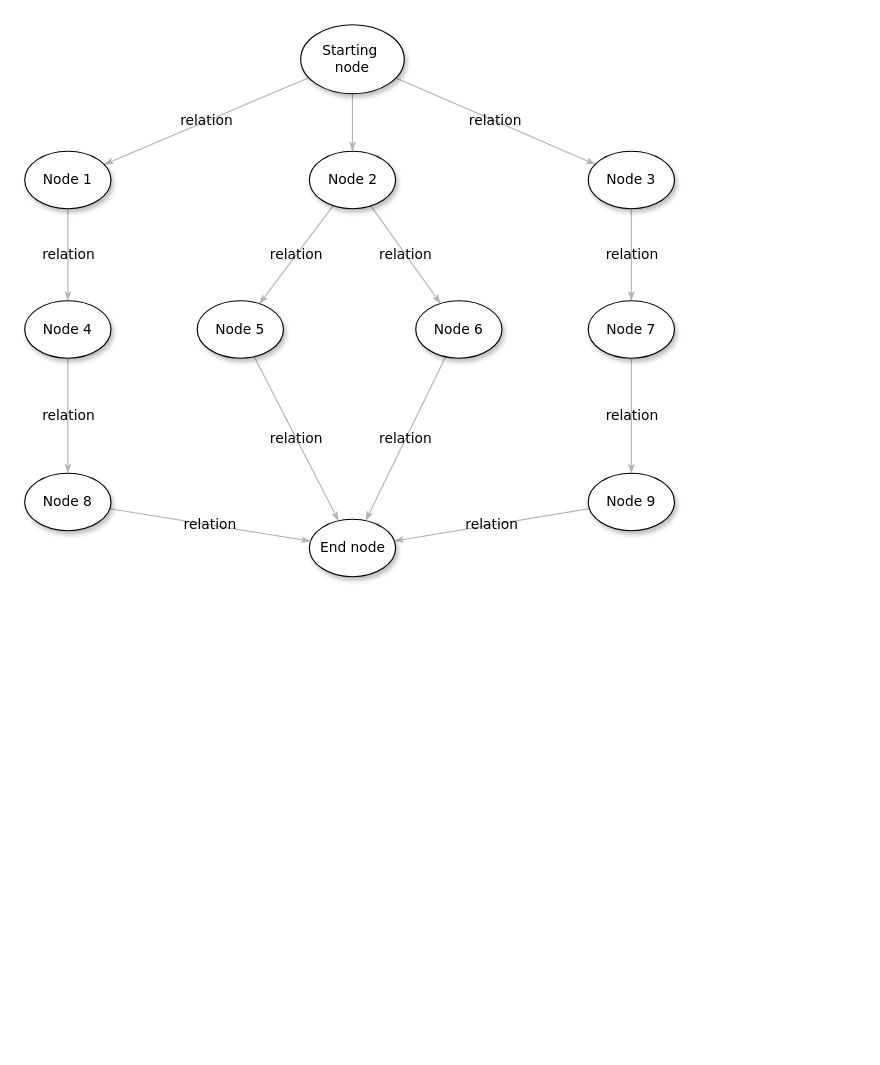
Yangsou/blogNT keeps this draw.io diagram as Untitled Diagram.drawio. Above is the earlier version. Source tidied: cells renumbered, new cells numbered last; positions are measured from the earlier drawing's top-left corner, leaving out a move shared by most shapes. Both pictures are drawn from the tidied source at 115%, with x=0, y=0 at pixel (24, 24).
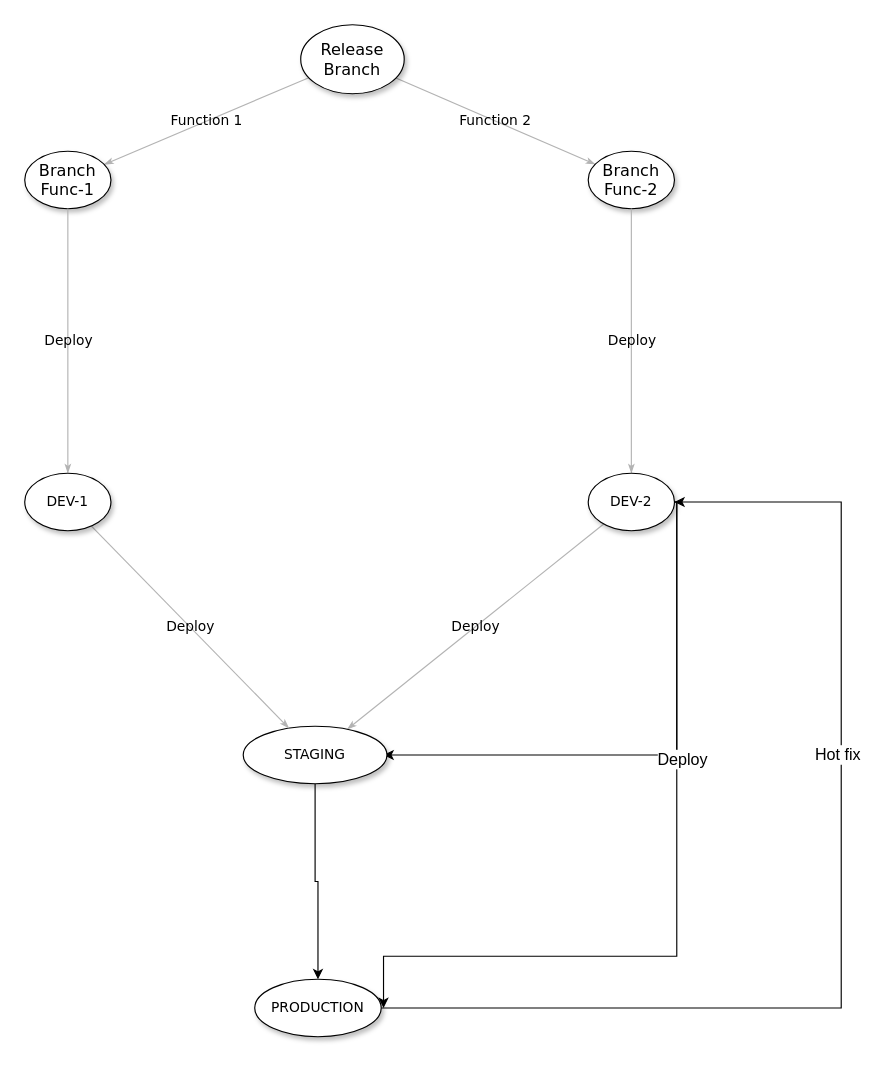
The same page after the edit.

Commit message:
Git-Flow

Diff of the diagram source:
```diff
@@
-    <mxCell id="2" style="edgeStyle=none;rounded=1;html=1;labelBackgroundColor=none;startArrow=none;startFill=0;startSize=5;endArrow=classicThin;endFill=1;endSize=5;jettySize=auto;strokeColor=#B3B3B3;strokeWidth=1;fontFamily=Verdana;fontSize=12;" parent="1" edge="1" source="5" target="8">
-      <mxGeometry relative="1" as="geometry" />
-    </mxCell>
-    <mxCell id="3" value="relation" style="edgeStyle=none;rounded=1;html=1;labelBackgroundColor=none;startArrow=none;startFill=0;startSize=5;endArrow=classicThin;endFill=1;endSize=5;jettySize=auto;strokeColor=#B3B3B3;strokeWidth=1;fontFamily=Verdana;fontSize=12;" parent="1" edge="1" source="5" target="21">
+    <mxCell id="3" value="Function 1" style="edgeStyle=none;rounded=1;html=1;labelBackgroundColor=none;startArrow=none;startFill=0;startSize=5;endArrow=classicThin;endFill=1;endSize=5;jettySize=auto;strokeColor=#B3B3B3;strokeWidth=1;fontFamily=Verdana;fontSize=12;" parent="1" edge="1" source="5" target="21">
       <mxGeometry relative="1" as="geometry" />
     </mxCell>
-    <mxCell id="4" value="relation" style="edgeStyle=none;rounded=1;html=1;labelBackgroundColor=none;startArrow=none;startFill=0;startSize=5;endArrow=classicThin;endFill=1;endSize=5;jettySize=auto;strokeColor=#B3B3B3;strokeWidth=1;fontFamily=Verdana;fontSize=12;" parent="1" edge="1" source="5" target="10">
+    <mxCell id="4" value="Function 2" style="edgeStyle=none;rounded=1;html=1;labelBackgroundColor=none;startArrow=none;startFill=0;startSize=5;endArrow=classicThin;endFill=1;endSize=5;jettySize=auto;strokeColor=#B3B3B3;strokeWidth=1;fontFamily=Verdana;fontSize=12;" parent="1" edge="1" source="5" target="10">
       <mxGeometry relative="1" as="geometry" />
     </mxCell>
-    <mxCell id="5" value="Starting&amp;nbsp;&lt;div&gt;node&lt;/div&gt;" style="ellipse;whiteSpace=wrap;html=1;rounded=0;shadow=1;comic=0;labelBackgroundColor=none;strokeWidth=1;fontFamily=Verdana;fontSize=12;align=center;" parent="1" vertex="1">
+    <mxCell id="5" value="&lt;font style=&quot;font-size: 14px&quot;&gt;Release Branch&lt;/font&gt;" style="ellipse;whiteSpace=wrap;html=1;rounded=0;shadow=1;comic=0;labelBackgroundColor=none;strokeWidth=1;fontFamily=Verdana;fontSize=12;align=center;" parent="1" vertex="1">
       <mxGeometry x="240" width="90" height="60" as="geometry" />
     </mxCell>
-    <mxCell id="6" value="relation" style="edgeStyle=none;rounded=1;html=1;labelBackgroundColor=none;startArrow=none;startFill=0;startSize=5;endArrow=classicThin;endFill=1;endSize=5;jettySize=auto;strokeColor=#B3B3B3;strokeWidth=1;fontFamily=Verdana;fontSize=12;" parent="1" edge="1" source="8" target="18">
-      <mxGeometry relative="1" as="geometry" />
-    </mxCell>
-    <mxCell id="7" value="relation" style="edgeStyle=none;rounded=1;html=1;labelBackgroundColor=none;startArrow=none;startFill=0;startSize=5;endArrow=classicThin;endFill=1;endSize=5;jettySize=auto;strokeColor=#B3B3B3;strokeWidth=1;fontFamily=Verdana;fontSize=12;" parent="1" edge="1" source="8" target="16">
-      <mxGeometry relative="1" as="geometry" />
-    </mxCell>
-    <mxCell id="8" value="&lt;span&gt;Node 2&lt;/span&gt;" style="ellipse;whiteSpace=wrap;html=1;rounded=0;shadow=1;comic=0;labelBackgroundColor=none;strokeWidth=1;fontFamily=Verdana;fontSize=12;align=center;" parent="1" vertex="1">
-      <mxGeometry x="247.5" y="110" width="75" height="50" as="geometry" />
-    </mxCell>
-    <mxCell id="9" value="relation" style="edgeStyle=none;rounded=1;html=1;labelBackgroundColor=none;startArrow=none;startFill=0;startSize=5;endArrow=classicThin;endFill=1;endSize=5;jettySize=auto;strokeColor=#B3B3B3;strokeWidth=1;fontFamily=Verdana;fontSize=12;" parent="1" edge="1" source="10" target="12">
-      <mxGeometry relative="1" as="geometry" />
-    </mxCell>
-    <mxCell id="10" value="&lt;span&gt;Node 3&lt;/span&gt;" style="ellipse;whiteSpace=wrap;html=1;rounded=0;shadow=1;comic=0;labelBackgroundColor=none;strokeWidth=1;fontFamily=Verdana;fontSize=12;align=center;" parent="1" vertex="1">
+    <mxCell id="10" value="&lt;span&gt;&lt;font style=&quot;font-size: 14px&quot;&gt;Branch Func-2&lt;/font&gt;&lt;/span&gt;" style="ellipse;whiteSpace=wrap;html=1;rounded=0;shadow=1;comic=0;labelBackgroundColor=none;strokeWidth=1;fontFamily=Verdana;fontSize=12;align=center;" parent="1" vertex="1">
       <mxGeometry x="490" y="110" width="75" height="50" as="geometry" />
     </mxCell>
-    <mxCell id="11" value="relation" style="edgeStyle=none;rounded=1;html=1;labelBackgroundColor=none;startArrow=none;startFill=0;startSize=5;endArrow=classicThin;endFill=1;endSize=5;jettySize=auto;strokeColor=#B3B3B3;strokeWidth=1;fontFamily=Verdana;fontSize=12;" parent="1" edge="1" source="12" target="14">
+    <mxCell id="11" value="Deploy" style="edgeStyle=none;rounded=1;html=1;labelBackgroundColor=none;startArrow=none;startFill=0;startSize=5;endArrow=classicThin;endFill=1;endSize=5;jettySize=auto;strokeColor=#B3B3B3;strokeWidth=1;fontFamily=Verdana;fontSize=12;exitX=0.5;exitY=1;exitDx=0;exitDy=0;" parent="1" edge="1" source="10" target="14">
       <mxGeometry relative="1" as="geometry" />
     </mxCell>
-    <mxCell id="12" value="&lt;span&gt;Node 7&lt;/span&gt;" style="ellipse;whiteSpace=wrap;html=1;rounded=0;shadow=1;comic=0;labelBackgroundColor=none;strokeWidth=1;fontFamily=Verdana;fontSize=12;align=center;" parent="1" vertex="1">
-      <mxGeometry x="490" y="240" width="75" height="50" as="geometry" />
-    </mxCell>
-    <mxCell id="13" value="relation" style="edgeStyle=none;rounded=1;html=1;labelBackgroundColor=none;startArrow=none;startFill=0;startSize=5;endArrow=classicThin;endFill=1;endSize=5;jettySize=auto;strokeColor=#B3B3B3;strokeWidth=1;fontFamily=Verdana;fontSize=12;" parent="1" edge="1" source="14" target="19">
+    <mxCell id="13" value="Deploy" style="edgeStyle=none;rounded=1;html=1;labelBackgroundColor=none;startArrow=none;startFill=0;startSize=5;endArrow=classicThin;endFill=1;endSize=5;jettySize=auto;strokeColor=#B3B3B3;strokeWidth=1;fontFamily=Verdana;fontSize=12;" parent="1" edge="1" source="14" target="19">
       <mxGeometry relative="1" as="geometry" />
     </mxCell>
+    <mxCell id="26" style="edgeStyle=orthogonalEdgeStyle;rounded=0;orthogonalLoop=1;jettySize=auto;html=1;entryX=1;entryY=0.5;entryDx=0;entryDy=0;" parent="1" edge="1">
+      <mxGeometry relative="1" as="geometry">
+        <mxPoint x="562" y="415" as="sourcePoint" />
+        <mxPoint x="312" y="635" as="targetPoint" />
+        <Array as="points">
+          <mxPoint x="567" y="415" />
+          <mxPoint x="567" y="635" />
+        </Array>
+      </mxGeometry>
+    </mxCell>
+    <mxCell id="27" style="edgeStyle=orthogonalEdgeStyle;rounded=0;orthogonalLoop=1;jettySize=auto;html=1;entryX=1;entryY=0.5;entryDx=0;entryDy=0;" parent="1" edge="1">
+      <mxGeometry relative="1" as="geometry">
+        <mxPoint x="562" y="415" as="sourcePoint" />
+        <mxPoint x="312" y="855" as="targetPoint" />
+        <Array as="points">
+          <mxPoint x="567" y="415" />
+          <mxPoint x="567" y="810" />
+          <mxPoint x="312" y="810" />
+        </Array>
+      </mxGeometry>
+    </mxCell>
+    <mxCell id="28" value="&lt;font style=&quot;font-size: 14px&quot;&gt;Deploy&lt;/font&gt;" style="edgeLabel;html=1;align=center;verticalAlign=middle;" parent="27" vertex="1">
+      <mxGeometry x="-0.35" y="4" relative="1" as="geometry" />
+    </mxCell>
-    <mxCell id="14" value="&lt;span&gt;Node 9&lt;/span&gt;" style="ellipse;whiteSpace=wrap;html=1;rounded=0;shadow=1;comic=0;labelBackgroundColor=none;strokeWidth=1;fontFamily=Verdana;fontSize=12;align=center;" parent="1" vertex="1">
+    <mxCell id="14" value="&lt;span&gt;DEV-2&lt;/span&gt;" style="ellipse;whiteSpace=wrap;html=1;rounded=0;shadow=1;comic=0;labelBackgroundColor=none;strokeWidth=1;fontFamily=Verdana;fontSize=12;align=center;" parent="1" vertex="1">
       <mxGeometry x="490" y="390" width="75" height="50" as="geometry" />
     </mxCell>
-    <mxCell id="15" value="relation" style="edgeStyle=none;rounded=1;html=1;labelBackgroundColor=none;startArrow=none;startFill=0;startSize=5;endArrow=classicThin;endFill=1;endSize=5;jettySize=auto;strokeColor=#B3B3B3;strokeWidth=1;fontFamily=Verdana;fontSize=12;" parent="1" edge="1" source="16" target="19">
-      <mxGeometry relative="1" as="geometry" />
-    </mxCell>
-    <mxCell id="16" value="&lt;span&gt;Node 6&lt;/span&gt;" style="ellipse;whiteSpace=wrap;html=1;rounded=0;shadow=1;comic=0;labelBackgroundColor=none;strokeWidth=1;fontFamily=Verdana;fontSize=12;align=center;" parent="1" vertex="1">
-      <mxGeometry x="340" y="240" width="75" height="50" as="geometry" />
-    </mxCell>
-    <mxCell id="17" value="relation" style="edgeStyle=none;rounded=1;html=1;labelBackgroundColor=none;startArrow=none;startFill=0;startSize=5;endArrow=classicThin;endFill=1;endSize=5;jettySize=auto;strokeColor=#B3B3B3;strokeWidth=1;fontFamily=Verdana;fontSize=12;" parent="1" edge="1" source="18" target="19">
-      <mxGeometry relative="1" as="geometry" />
-    </mxCell>
-    <mxCell id="18" value="&lt;span&gt;Node 5&lt;/span&gt;" style="ellipse;whiteSpace=wrap;html=1;rounded=0;shadow=1;comic=0;labelBackgroundColor=none;strokeWidth=1;fontFamily=Verdana;fontSize=12;align=center;" parent="1" vertex="1">
-      <mxGeometry x="150" y="240" width="75" height="50" as="geometry" />
-    </mxCell>
+    <mxCell id="29" style="edgeStyle=orthogonalEdgeStyle;rounded=0;jettySize=auto;html=1;entryX=0.5;entryY=0;entryDx=0;entryDy=0;" parent="1" edge="1" source="19" target="32">
+      <mxGeometry relative="1" as="geometry">
+        <Array as="points">
+          <mxPoint x="253" y="745" />
+          <mxPoint x="255" y="745" />
+        </Array>
+      </mxGeometry>
+    </mxCell>
-    <mxCell id="19" value="End node" style="ellipse;whiteSpace=wrap;html=1;rounded=0;shadow=1;comic=0;labelBackgroundColor=none;strokeWidth=1;fontFamily=Verdana;fontSize=12;align=center;" parent="1" vertex="1">
-      <mxGeometry x="247.5" y="430" width="75" height="50" as="geometry" />
+    <mxCell id="19" value="STAGING" style="ellipse;whiteSpace=wrap;html=1;rounded=0;shadow=1;comic=0;labelBackgroundColor=none;strokeWidth=1;fontFamily=Verdana;fontSize=12;align=center;" parent="1" vertex="1">
+      <mxGeometry x="190" y="610" width="125" height="50" as="geometry" />
     </mxCell>
-    <mxCell id="20" value="relation" style="edgeStyle=none;rounded=1;html=1;labelBackgroundColor=none;startArrow=none;startFill=0;startSize=5;endArrow=classicThin;endFill=1;endSize=5;jettySize=auto;strokeColor=#B3B3B3;strokeWidth=1;fontFamily=Verdana;fontSize=12;" parent="1" edge="1" source="21" target="23">
-      <mxGeometry relative="1" as="geometry" />
-    </mxCell>
-    <mxCell id="21" value="Node 1" style="ellipse;whiteSpace=wrap;html=1;rounded=0;shadow=1;comic=0;labelBackgroundColor=none;strokeWidth=1;fontFamily=Verdana;fontSize=12;align=center;" parent="1" vertex="1">
+    <mxCell id="21" value="&lt;font style=&quot;font-size: 14px&quot;&gt;Branch Func-1&lt;/font&gt;" style="ellipse;whiteSpace=wrap;html=1;rounded=0;shadow=1;comic=0;labelBackgroundColor=none;strokeWidth=1;fontFamily=Verdana;fontSize=12;align=center;" parent="1" vertex="1">
       <mxGeometry y="110" width="75" height="50" as="geometry" />
     </mxCell>
-    <mxCell id="22" value="relation" style="edgeStyle=none;rounded=1;html=1;labelBackgroundColor=none;startArrow=none;startFill=0;startSize=5;endArrow=classicThin;endFill=1;endSize=5;jettySize=auto;strokeColor=#B3B3B3;strokeWidth=1;fontFamily=Verdana;fontSize=12;" parent="1" edge="1" source="23" target="25">
+    <mxCell id="22" value="Deploy" style="edgeStyle=none;rounded=1;html=1;labelBackgroundColor=none;startArrow=none;startFill=0;startSize=5;endArrow=classicThin;endFill=1;endSize=5;jettySize=auto;strokeColor=#B3B3B3;strokeWidth=1;fontFamily=Verdana;fontSize=12;exitX=0.5;exitY=1;exitDx=0;exitDy=0;" parent="1" edge="1" source="21" target="25">
       <mxGeometry relative="1" as="geometry" />
     </mxCell>
-    <mxCell id="23" value="&lt;span&gt;Node 4&lt;/span&gt;" style="ellipse;whiteSpace=wrap;html=1;rounded=0;shadow=1;comic=0;labelBackgroundColor=none;strokeWidth=1;fontFamily=Verdana;fontSize=12;align=center;" parent="1" vertex="1">
-      <mxGeometry y="240" width="75" height="50" as="geometry" />
-    </mxCell>
-    <mxCell id="24" value="relation" style="edgeStyle=none;rounded=1;html=1;labelBackgroundColor=none;startArrow=none;startFill=0;startSize=5;endArrow=classicThin;endFill=1;endSize=5;jettySize=auto;strokeColor=#B3B3B3;strokeWidth=1;fontFamily=Verdana;fontSize=12;" parent="1" edge="1" source="25" target="19">
+    <mxCell id="24" value="Deploy" style="edgeStyle=none;rounded=1;html=1;labelBackgroundColor=none;startArrow=none;startFill=0;startSize=5;endArrow=classicThin;endFill=1;endSize=5;jettySize=auto;strokeColor=#B3B3B3;strokeWidth=1;fontFamily=Verdana;fontSize=12;" parent="1" edge="1" source="25" target="19">
       <mxGeometry relative="1" as="geometry" />
     </mxCell>
-    <mxCell id="25" value="&lt;span&gt;Node 8&lt;/span&gt;" style="ellipse;whiteSpace=wrap;html=1;rounded=0;shadow=1;comic=0;labelBackgroundColor=none;strokeWidth=1;fontFamily=Verdana;fontSize=12;align=center;" parent="1" vertex="1">
+    <mxCell id="25" value="&lt;span&gt;DEV-1&lt;/span&gt;" style="ellipse;whiteSpace=wrap;html=1;rounded=0;shadow=1;comic=0;labelBackgroundColor=none;strokeWidth=1;fontFamily=Verdana;fontSize=12;align=center;" parent="1" vertex="1">
       <mxGeometry y="390" width="75" height="50" as="geometry" />
     </mxCell>
+    <mxCell id="30" style="edgeStyle=orthogonalEdgeStyle;rounded=0;jettySize=auto;html=1;entryX=1;entryY=0.5;entryDx=0;entryDy=0;" parent="1" edge="1" source="32" target="14">
+      <mxGeometry relative="1" as="geometry">
+        <Array as="points">
+          <mxPoint x="710" y="855" />
+          <mxPoint x="710" y="415" />
+        </Array>
+      </mxGeometry>
+    </mxCell>
+    <mxCell id="31" value="&lt;font style=&quot;font-size: 14px&quot;&gt;Hot fix&lt;/font&gt;" style="edgeLabel;html=1;align=center;verticalAlign=middle;" parent="30" vertex="1">
+      <mxGeometry x="0.26" y="4" relative="1" as="geometry" />
+    </mxCell>
+    <mxCell id="32" value="PRODUCTION" style="ellipse;whiteSpace=wrap;html=1;rounded=0;shadow=1;comic=0;labelBackgroundColor=none;strokeWidth=1;fontFamily=Verdana;fontSize=12;align=center;" parent="1" vertex="1">
+      <mxGeometry x="200" y="830" width="110" height="50" as="geometry" />
+    </mxCell>
```
